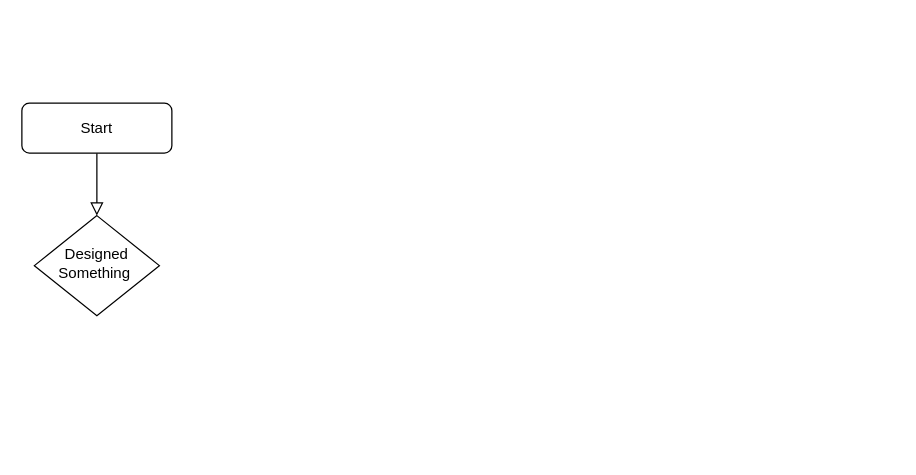
The draw.io diagram Hangman.drawio in kkrtxkt/draw, before the edit. Source tidied: cells renumbered, new cells numbered last; positions are measured from the earlier drawing's top-left corner, leaving out a move shared by most shapes. Both pictures are drawn from the tidied source at 125%, with x=0, y=0 at pixel (21, 102).
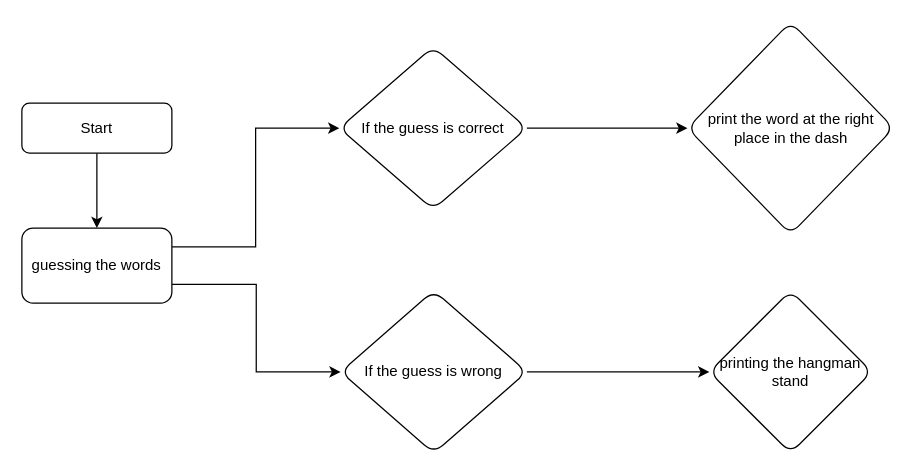
Above is the later version.

Change to the diagram source:
```diff
@@
 <mxGraphModel>
   <root>
     <mxCell id="0" />
     <mxCell id="1" parent="0" />
-    <mxCell id="2" style="rounded=0;html=1;jettySize=auto;fontSize=11;endArrow=block;endFill=0;endSize=8;strokeWidth=1;shadow=0;labelBackgroundColor=none;edgeStyle=orthogonalEdgeStyle;" parent="1" edge="1" source="3" target="4">
-      <mxGeometry relative="1" as="geometry" />
-    </mxCell>
+    <mxCell id="5" style="edgeStyle=orthogonalEdgeStyle;rounded=0;jettySize=auto;html=1;exitX=0.5;exitY=1;exitDx=0;exitDy=0;" parent="1" edge="1" source="3" target="8">
+      <mxGeometry relative="1" as="geometry" />
+    </mxCell>
     <mxCell id="3" value="Start" style="rounded=1;whiteSpace=wrap;html=1;fontSize=12;glass=0;strokeWidth=1;shadow=0;" parent="1" vertex="1">
       <mxGeometry width="120" height="40" as="geometry" />
     </mxCell>
-    <mxCell id="4" value="Designed Something&amp;nbsp;" style="rhombus;whiteSpace=wrap;html=1;shadow=0;fontFamily=Helvetica;fontSize=12;align=center;strokeWidth=1;spacing=6;spacingTop=-4;" parent="1" vertex="1">
-      <mxGeometry x="10" y="90" width="100" height="80" as="geometry" />
-    </mxCell>
+    <mxCell id="6" style="edgeStyle=orthogonalEdgeStyle;rounded=0;jettySize=auto;html=1;exitX=1;exitY=0.25;exitDx=0;exitDy=0;entryX=0;entryY=0.5;entryDx=0;entryDy=0;" parent="1" edge="1" source="8" target="10">
+      <mxGeometry relative="1" as="geometry" />
+    </mxCell>
+    <mxCell id="7" style="edgeStyle=orthogonalEdgeStyle;rounded=0;jettySize=auto;html=1;exitX=1;exitY=0.75;exitDx=0;exitDy=0;entryX=0;entryY=0.5;entryDx=0;entryDy=0;" parent="1" edge="1" source="8" target="13">
+      <mxGeometry relative="1" as="geometry" />
+    </mxCell>
+    <mxCell id="8" value="guessing the words" style="rounded=1;whiteSpace=wrap;html=1;" parent="1" vertex="1">
+      <mxGeometry y="100" width="120" height="60" as="geometry" />
+    </mxCell>
+    <mxCell id="9" style="edgeStyle=orthogonalEdgeStyle;rounded=0;jettySize=auto;html=1;" parent="1" edge="1" source="10" target="11">
+      <mxGeometry relative="1" as="geometry" />
+    </mxCell>
+    <mxCell id="10" value="If the guess is correct" style="rhombus;whiteSpace=wrap;html=1;rounded=1;" parent="1" vertex="1">
+      <mxGeometry x="254" y="-45" width="150" height="130" as="geometry" />
+    </mxCell>
+    <mxCell id="11" value="print the word at the right place in the dash" style="rhombus;whiteSpace=wrap;html=1;rounded=1;" parent="1" vertex="1">
+      <mxGeometry x="532.5" y="-65" width="165" height="170" as="geometry" />
+    </mxCell>
+    <mxCell id="12" style="edgeStyle=orthogonalEdgeStyle;rounded=0;jettySize=auto;html=1;" parent="1" edge="1" source="13" target="14">
+      <mxGeometry relative="1" as="geometry" />
+    </mxCell>
+    <mxCell id="13" value="If the guess is wrong" style="rhombus;whiteSpace=wrap;html=1;rounded=1;" parent="1" vertex="1">
+      <mxGeometry x="255" y="150" width="149" height="130" as="geometry" />
+    </mxCell>
+    <mxCell id="14" value="printing the hangman stand" style="rhombus;whiteSpace=wrap;html=1;rounded=1;" parent="1" vertex="1">
+      <mxGeometry x="550" y="150" width="130" height="130" as="geometry" />
+    </mxCell>
   </root>
 </mxGraphModel>
```
